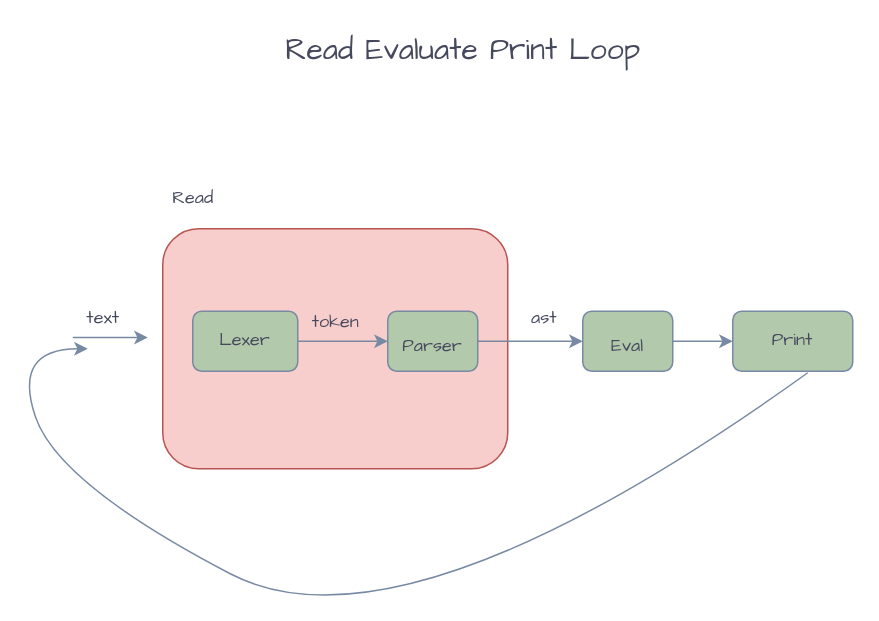
silan-liu/drawio keeps this draw.io diagram as page "repl" (1 of 3) of Untitled Diagram.drawio. Above is the earlier version. Source tidied: cells renumbered, new cells numbered last; positions are measured from the earlier drawing's top-left corner, leaving out a move shared by most shapes. Both pictures are drawn from the tidied source at 150%, with x=0, y=0 at pixel (12, 26).
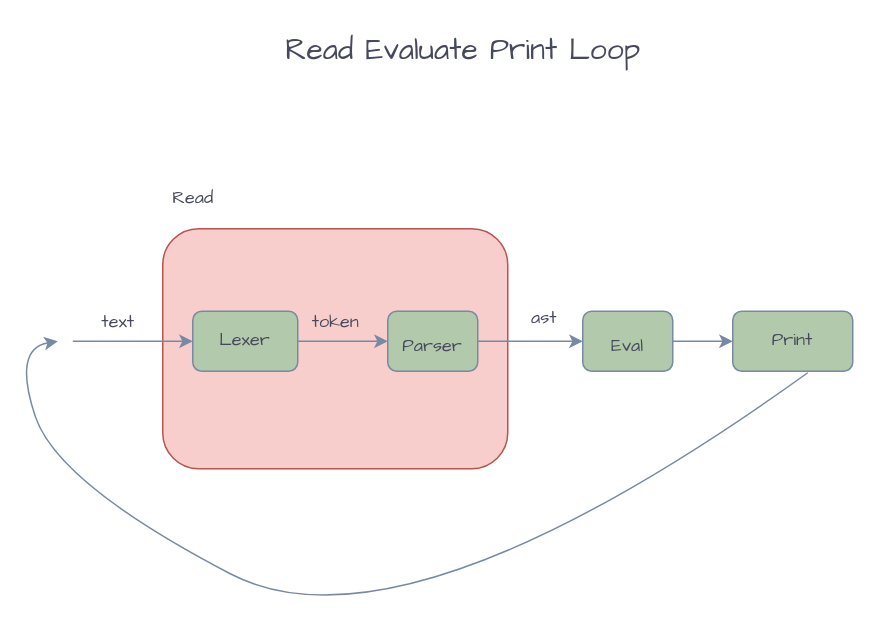
The same diagram, later.

Unchanged cells that the change refers to:
```xml
<mxCell id="5" value="Lexer" style="rounded=1;whiteSpace=wrap;html=1;sketch=0;fontFamily=Comic Sans MS;fontSize=12;fontColor=#46495D;strokeColor=#788AA3;fillColor=#B2C9AB;" parent="1" vertex="1">
  <mxGeometry x="120" y="190" width="70" height="40" as="geometry" />
</mxCell>
<mxCell id="13" value="Print" style="rounded=1;whiteSpace=wrap;html=1;sketch=0;fontFamily=Comic Sans MS;fontSize=12;fontColor=#46495D;strokeColor=#788AA3;fillColor=#B2C9AB;" parent="1" vertex="1">
  <mxGeometry x="480" y="190" width="80" height="40" as="geometry" />
</mxCell>
```

Diff of the diagram source:
```diff
@@
-    <mxCell id="14" style="endArrow=classic;html=1;fontFamily=Comic Sans MS;fontSize=12;fontColor=#46495D;strokeColor=#788AA3;fillColor=#B2C9AB;" parent="1" edge="1">
+    <mxCell id="14" style="endArrow=classic;html=1;fontFamily=Comic Sans MS;fontSize=12;fontColor=#46495D;strokeColor=#788AA3;fillColor=#B2C9AB;entryX=0;entryY=0.5;entryDx=0;entryDy=0;" parent="1" edge="1" target="5">
       <mxGeometry relative="1" as="geometry">
-        <mxPoint x="40" y="207.5" as="sourcePoint" />
-        <mxPoint x="90" y="207.5" as="targetPoint" />
+        <mxPoint x="40" y="210" as="sourcePoint" />
       </mxGeometry>
     </mxCell>
     <mxCell id="15" value="text" style="text;html=1;align=center;verticalAlign=middle;strokeColor=none;fontSize=12;fontFamily=Comic Sans MS;fontColor=#46495D;" parent="1" vertex="1">
-      <mxGeometry x="40" y="185" width="40" height="20" as="geometry" />
+      <mxGeometry x="50" y="187.5" width="40" height="20" as="geometry" />
     </mxCell>
     <mxCell id="16" style="curved=1;endArrow=classic;html=1;fontFamily=Comic Sans MS;fontSize=12;fontColor=#46495D;strokeColor=#788AA3;fillColor=#B2C9AB;exitX=0.625;exitY=1.025;exitDx=0;exitDy=0;exitPerimeter=0;" parent="1" edge="1" source="13">
       <mxGeometry relative="1" as="geometry">
-        <mxPoint x="50" y="215" as="targetPoint" />
+        <mxPoint x="30" y="210" as="targetPoint" />
         <Array as="points">
           <mxPoint x="260" y="425" />
           <mxPoint x="30" y="305" />
           <mxPoint y="215" />
         </Array>
       </mxGeometry>
     </mxCell>
```
